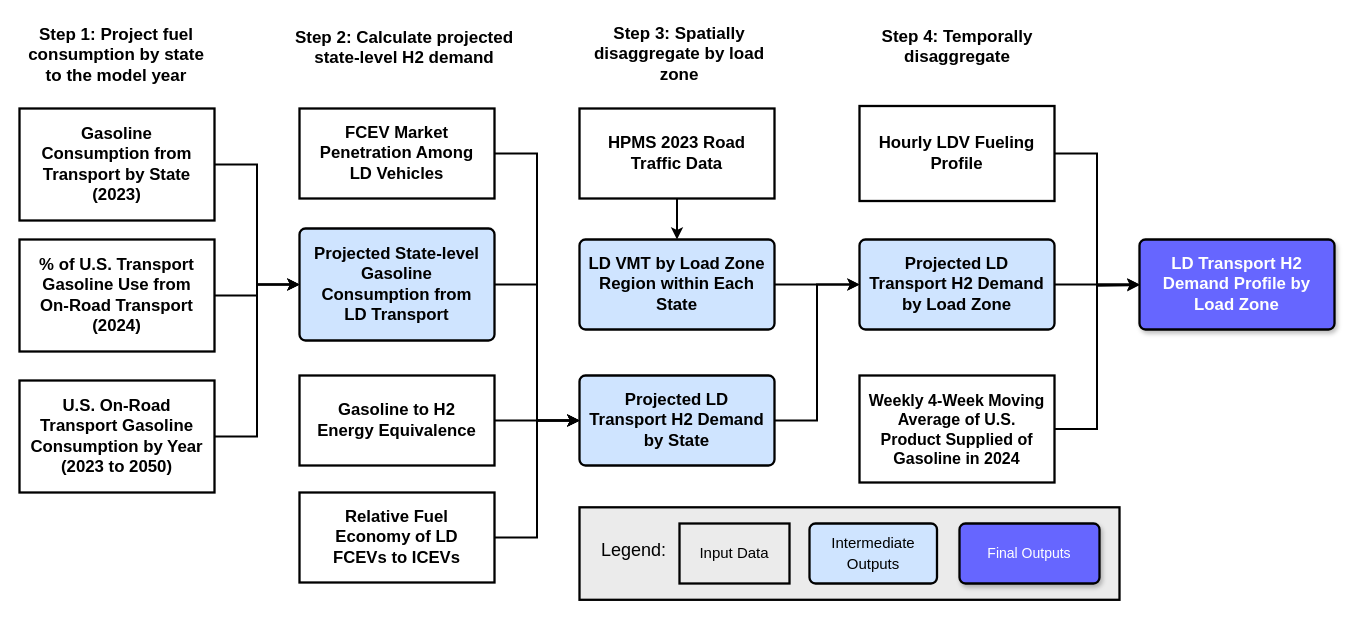
This is transport/ld_transport_methodology.drawio from nkong1/wecc-h2-demand, a draw.io file, before an edit. Source tidied: cells renumbered, new cells numbered last; positions are measured from the earlier drawing's top-left corner, leaving out a move shared by most shapes. Both pictures are drawn from the tidied source at 100%, with x=0, y=0 at pixel (17, 16).
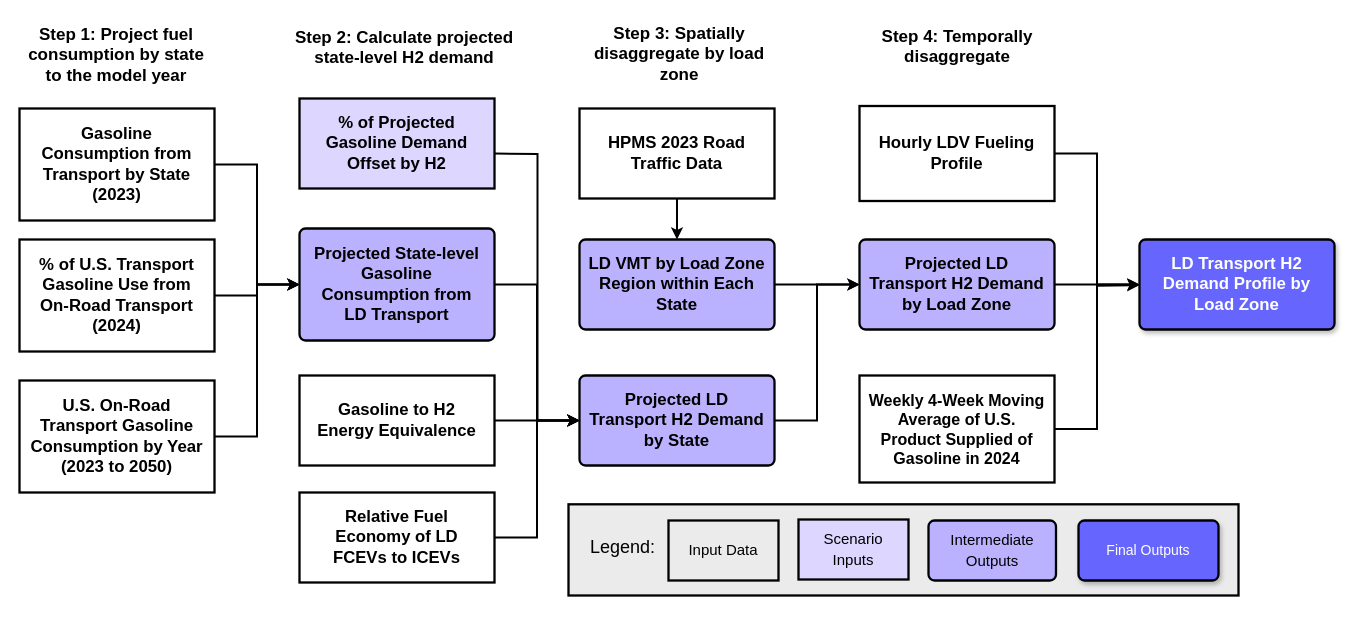
Above is the later version.

What changed in the source:
```diff
@@
     <mxCell id="2" style="html=1;overflow=block;blockSpacing=1;whiteSpace=wrap;fontSize=16.8;fontStyle=1;align=center;spacing=9;strokeOpacity=100;fillOpacity=100;rounded=0;absoluteArcSize=1;arcSize=12;strokeWidth=2.3;lucidId=vB_j5El_Hg4W;fillColor=#EBEBEB;" parent="1" vertex="1">
-      <mxGeometry x="562" y="490.8" width="540" height="92.5" as="geometry" />
+      <mxGeometry x="551" y="487.8" width="670" height="91.2" as="geometry" />
     </mxCell>
@@
-    <mxCell id="12" value=" Projected LD Transport H2 Demand by State" style="html=1;overflow=block;blockSpacing=1;whiteSpace=wrap;fontSize=16.8;fontStyle=1;align=center;spacing=9;strokeOpacity=100;fillOpacity=100;rounded=1;absoluteArcSize=1;arcSize=12;fillColor=#cfe4ff;strokeWidth=2.3;lucidId=0c_j3FTjjWoH;" parent="1" vertex="1">
+    <mxCell id="12" value=" Projected LD Transport H2 Demand by State" style="html=1;overflow=block;blockSpacing=1;whiteSpace=wrap;fontSize=16.8;fontStyle=1;align=center;spacing=9;strokeOpacity=100;fillOpacity=100;rounded=1;absoluteArcSize=1;arcSize=12;fillColor=#BAB2FF;strokeWidth=2.3;lucidId=0c_j3FTjjWoH;" parent="1" vertex="1">
       <mxGeometry x="562" y="359" width="195" height="90" as="geometry" />
     </mxCell>
@@
-    <mxCell id="14" value="LD VMT by Load Zone Region within Each State" style="html=1;overflow=block;blockSpacing=1;whiteSpace=wrap;fontSize=16.8;fontStyle=1;align=center;spacing=9;strokeOpacity=100;fillOpacity=100;rounded=1;absoluteArcSize=1;arcSize=12;fillColor=#cfe4ff;strokeWidth=2.3;lucidId=Qf_jCI67Q3wd;" parent="1" vertex="1">
+    <mxCell id="14" value="LD VMT by Load Zone Region within Each State" style="html=1;overflow=block;blockSpacing=1;whiteSpace=wrap;fontSize=16.8;fontStyle=1;align=center;spacing=9;strokeOpacity=100;fillOpacity=100;rounded=1;absoluteArcSize=1;arcSize=12;fillColor=#BAB2FF;strokeWidth=2.3;lucidId=Qf_jCI67Q3wd;" parent="1" vertex="1">
       <mxGeometry x="562" y="223" width="195" height="90" as="geometry" />
     </mxCell>
@@
-    <mxCell id="17" style="edgeStyle=orthogonalEdgeStyle;rounded=0;jettySize=auto;html=1;exitX=1;exitY=0.5;exitDx=0;exitDy=0;entryX=0;entryY=0.5;entryDx=0;entryDy=0;strokeWidth=2;" parent="1" edge="1" source="18" target="12">
-      <mxGeometry relative="1" as="geometry" />
+    <mxCell id="17" style="edgeStyle=orthogonalEdgeStyle;rounded=0;jettySize=auto;html=1;exitX=1;exitY=0.5;exitDx=0;exitDy=0;entryX=0;entryY=0.5;entryDx=0;entryDy=0;strokeWidth=2;" parent="1" edge="1" target="12">
+      <mxGeometry relative="1" as="geometry">
+        <mxPoint x="477" y="137" as="sourcePoint" />
+      </mxGeometry>
     </mxCell>
-    <mxCell id="18" value="FCEV Market Penetration Among  LD Vehicles " style="html=1;overflow=block;blockSpacing=1;whiteSpace=wrap;fontSize=16.7;fontStyle=1;align=center;spacing=9;strokeOpacity=100;fillOpacity=0;rounded=0;absoluteArcSize=1;arcSize=12;fillColor=#000000;strokeWidth=2.3;lucidId=k7AmEFViBjR.;" parent="1" vertex="1">
-      <mxGeometry x="282" y="92" width="195" height="90" as="geometry" />
-    </mxCell>
@@
-    <mxCell id="22" value="Projected State-level Gasoline Consumption from LD Transport" style="html=1;overflow=block;blockSpacing=1;whiteSpace=wrap;fontSize=16.8;fontStyle=1;align=center;spacing=9;strokeOpacity=100;fillOpacity=100;rounded=1;absoluteArcSize=1;arcSize=12;fillColor=#cfe4ff;strokeWidth=2.3;lucidId=~h6rGYWSRmal;" parent="1" vertex="1">
+    <mxCell id="22" value="Projected State-level Gasoline Consumption from LD Transport" style="html=1;overflow=block;blockSpacing=1;whiteSpace=wrap;fontSize=16.8;fontStyle=1;align=center;spacing=9;strokeOpacity=100;fillOpacity=100;rounded=1;absoluteArcSize=1;arcSize=12;fillColor=#BAB2FF;strokeWidth=2.3;lucidId=~h6rGYWSRmal;" parent="1" vertex="1">
       <mxGeometry x="282" y="212" width="195" height="112" as="geometry" />
     </mxCell>
@@
-    <mxCell id="32" value="Projected LD Transport H2 Demand by Load Zone" style="html=1;overflow=block;blockSpacing=1;whiteSpace=wrap;fontSize=16.8;fontStyle=1;align=center;spacing=9;strokeOpacity=100;fillOpacity=100;rounded=1;absoluteArcSize=1;arcSize=12;fillColor=#cfe4ff;strokeWidth=2.3;lucidId=Qf_jCI67Q3wd;" parent="1" vertex="1">
+    <mxCell id="32" value="Projected LD Transport H2 Demand by Load Zone" style="html=1;overflow=block;blockSpacing=1;whiteSpace=wrap;fontSize=16.8;fontStyle=1;align=center;spacing=9;strokeOpacity=100;fillOpacity=100;rounded=1;absoluteArcSize=1;arcSize=12;fillColor=#BAB2FF;strokeWidth=2.3;lucidId=Qf_jCI67Q3wd;" parent="1" vertex="1">
       <mxGeometry x="842" y="223" width="195" height="90" as="geometry" />
     </mxCell>
@@
     <mxCell id="34" value="&lt;font style=&quot;font-size: 18px;&quot;&gt;Legend:&lt;/font&gt;" style="text;whiteSpace=wrap;html=1;" parent="1" vertex="1">
-      <mxGeometry x="582" y="517" width="250" height="40" as="geometry" />
+      <mxGeometry x="571" y="514" width="250" height="40" as="geometry" />
     </mxCell>
     <mxCell id="35" value="&lt;font style=&quot;font-size: 15px; font-weight: normal;&quot;&gt;Input Data&lt;/font&gt;" style="html=1;overflow=block;blockSpacing=1;whiteSpace=wrap;fontSize=16.7;fontStyle=1;align=center;spacing=9;strokeOpacity=100;fillOpacity=0;rounded=0;absoluteArcSize=1;arcSize=12;fillColor=#000000;strokeWidth=2.3;lucidId=k7AmEFViBjR.;" parent="1" vertex="1">
-      <mxGeometry x="662" y="507" width="110" height="60" as="geometry" />
+      <mxGeometry x="651" y="504" width="110" height="60" as="geometry" />
     </mxCell>
-    <mxCell id="36" value="&lt;font style=&quot;font-size: 15px; font-weight: normal;&quot;&gt;Intermediate Outputs&lt;/font&gt;" style="html=1;overflow=block;blockSpacing=1;whiteSpace=wrap;fontSize=16.8;fontStyle=1;align=center;spacing=9;strokeOpacity=100;fillOpacity=100;rounded=1;absoluteArcSize=1;arcSize=12;fillColor=#cfe4ff;strokeWidth=2.3;lucidId=Qf_jCI67Q3wd;" parent="1" vertex="1">
-      <mxGeometry x="792" y="507" width="127.5" height="60" as="geometry" />
+    <mxCell id="36" value="&lt;font style=&quot;font-size: 15px; font-weight: normal;&quot;&gt;Intermediate Outputs&lt;/font&gt;" style="html=1;overflow=block;blockSpacing=1;whiteSpace=wrap;fontSize=16.8;fontStyle=1;align=center;spacing=9;strokeOpacity=100;fillOpacity=100;rounded=1;absoluteArcSize=1;arcSize=12;fillColor=#BAB2FF;strokeWidth=2.3;lucidId=Qf_jCI67Q3wd;" parent="1" vertex="1">
+      <mxGeometry x="911" y="504" width="127.5" height="60" as="geometry" />
     </mxCell>
     <mxCell id="37" value="&lt;font style=&quot;font-size: 14px; font-weight: normal;&quot;&gt;Final Outputs&lt;/font&gt;" style="html=1;overflow=block;blockSpacing=1;whiteSpace=wrap;fontSize=16.8;fontStyle=1;align=center;spacing=9;strokeOpacity=100;fillOpacity=100;rounded=1;absoluteArcSize=1;arcSize=12;strokeWidth=2.3;lucidId=Qf_jCI67Q3wd;shadow=1;fillColor=#6666FF;fontColor=#ffffff;strokeColor=#000000;" parent="1" vertex="1">
-      <mxGeometry x="942" y="507" width="140" height="60" as="geometry" />
+      <mxGeometry x="1061" y="504" width="140" height="60" as="geometry" />
     </mxCell>
+    <mxCell id="38" value="% of Projected Gasoline Demand Offset by H2" style="html=1;overflow=block;blockSpacing=1;whiteSpace=wrap;fontSize=16.8;fontStyle=1;align=center;spacing=9;strokeOpacity=100;fillOpacity=100;rounded=0;absoluteArcSize=1;arcSize=12;fillColor=#DDD6FF;strokeWidth=2.3;lucidId=0c_j3FTjjWoH;" parent="1" vertex="1">
+      <mxGeometry x="282" y="82" width="195" height="90" as="geometry" />
+    </mxCell>
+    <mxCell id="39" value="&lt;span style=&quot;font-weight: normal;&quot;&gt;&lt;font style=&quot;font-size: 15px;&quot;&gt;Scenario Inputs&lt;/font&gt;&lt;/span&gt;" style="html=1;overflow=block;blockSpacing=1;whiteSpace=wrap;fontSize=16.8;fontStyle=1;align=center;spacing=9;strokeOpacity=100;fillOpacity=100;rounded=0;absoluteArcSize=1;arcSize=12;fillColor=#DDD6FF;strokeWidth=2.3;lucidId=0c_j3FTjjWoH;" parent="1" vertex="1">
+      <mxGeometry x="781" y="503" width="110" height="60" as="geometry" />
+    </mxCell>
```
